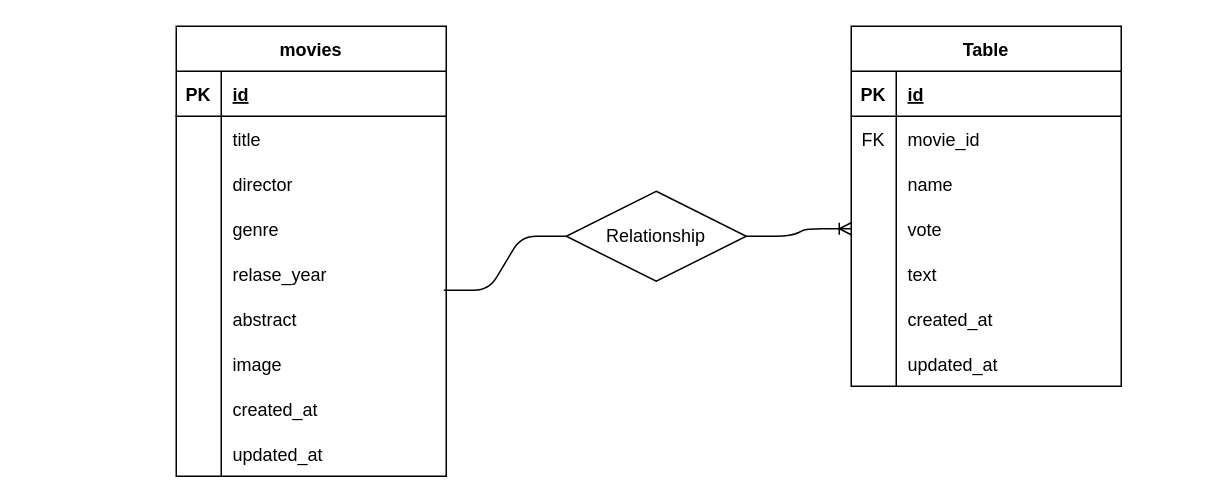
Above: schema.drawio in FrancescoMarra97/webapp-express (draw.io), before the change. Source tidied: cells renumbered, new cells numbered last; positions are measured from the earlier drawing's top-left corner, leaving out a move shared by most shapes. Both pictures are drawn from the tidied source at 150%, with x=0, y=0 at pixel (176, 26).
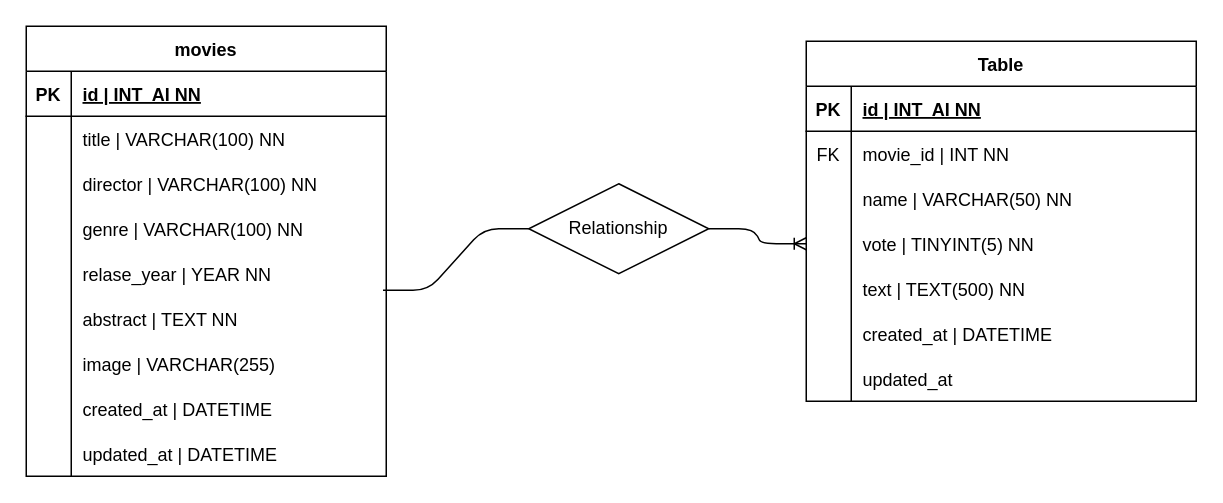
The same page after the edit.

Commit message:
struttura schema

Diff of the diagram source:
```diff
@@
     <mxCell id="2" value="movies" style="shape=table;startSize=30;childLayout=tableLayout;rowLines=0;fontStyle=1;align=center;" parent="1" vertex="1">
-      <mxGeometry width="180" height="300" as="geometry" />
+      <mxGeometry x="-100" width="240" height="300" as="geometry" />
     </mxCell>
     <mxCell id="3" style="shape=tableRow;horizontal=0;startSize=0;swimlaneHead=0;swimlaneBody=0;fillColor=none;top=0;left=0;right=0;bottom=1;" parent="2" vertex="1">
-      <mxGeometry y="30" width="180" height="30" as="geometry" />
+      <mxGeometry y="30" width="240" height="30" as="geometry" />
     </mxCell>
@@
-    <mxCell id="5" value="id" style="shape=partialRectangle;fillColor=none;top=0;left=0;bottom=0;right=0;align=left;spacingLeft=6;fontStyle=5;overflow=hidden;" parent="3" vertex="1">
-      <mxGeometry x="30" width="150" height="30" as="geometry" />
+    <mxCell id="5" value="id | INT  AI NN" style="shape=partialRectangle;fillColor=none;top=0;left=0;bottom=0;right=0;align=left;spacingLeft=6;fontStyle=5;overflow=hidden;" parent="3" vertex="1">
+      <mxGeometry x="30" width="210" height="30" as="geometry" />
     </mxCell>
     <mxCell id="6" style="shape=tableRow;horizontal=0;startSize=0;swimlaneHead=0;swimlaneBody=0;fillColor=none;top=0;left=0;right=0;bottom=0;" parent="2" vertex="1">
-      <mxGeometry y="60" width="180" height="30" as="geometry" />
+      <mxGeometry y="60" width="240" height="30" as="geometry" />
     </mxCell>
@@
-    <mxCell id="8" value="title" style="shape=partialRectangle;fillColor=none;top=0;left=0;bottom=0;right=0;align=left;spacingLeft=6;overflow=hidden;" parent="6" vertex="1">
-      <mxGeometry x="30" width="150" height="30" as="geometry" />
+    <mxCell id="8" value="title | VARCHAR(100) NN" style="shape=partialRectangle;fillColor=none;top=0;left=0;bottom=0;right=0;align=left;spacingLeft=6;overflow=hidden;" parent="6" vertex="1">
+      <mxGeometry x="30" width="210" height="30" as="geometry" />
     </mxCell>
     <mxCell id="9" style="shape=tableRow;horizontal=0;startSize=0;swimlaneHead=0;swimlaneBody=0;fillColor=none;top=0;left=0;right=0;bottom=0;" parent="2" vertex="1">
-      <mxGeometry y="90" width="180" height="30" as="geometry" />
+      <mxGeometry y="90" width="240" height="30" as="geometry" />
     </mxCell>
@@
-    <mxCell id="11" value="director" style="shape=partialRectangle;fillColor=none;top=0;left=0;bottom=0;right=0;align=left;spacingLeft=6;overflow=hidden;" parent="9" vertex="1">
-      <mxGeometry x="30" width="150" height="30" as="geometry" />
+    <mxCell id="11" value="director | VARCHAR(100) NN" style="shape=partialRectangle;fillColor=none;top=0;left=0;bottom=0;right=0;align=left;spacingLeft=6;overflow=hidden;" parent="9" vertex="1">
+      <mxGeometry x="30" width="210" height="30" as="geometry" />
     </mxCell>
     <mxCell id="12" style="shape=tableRow;horizontal=0;startSize=0;swimlaneHead=0;swimlaneBody=0;fillColor=none;top=0;left=0;right=0;bottom=0;" parent="2" vertex="1">
-      <mxGeometry y="120" width="180" height="30" as="geometry" />
+      <mxGeometry y="120" width="240" height="30" as="geometry" />
     </mxCell>
@@
-    <mxCell id="14" value="genre" style="shape=partialRectangle;fillColor=none;top=0;left=0;bottom=0;right=0;align=left;spacingLeft=6;overflow=hidden;" parent="12" vertex="1">
-      <mxGeometry x="30" width="150" height="30" as="geometry" />
+    <mxCell id="14" value="genre | VARCHAR(100) NN" style="shape=partialRectangle;fillColor=none;top=0;left=0;bottom=0;right=0;align=left;spacingLeft=6;overflow=hidden;" parent="12" vertex="1">
+      <mxGeometry x="30" width="210" height="30" as="geometry" />
     </mxCell>
     <mxCell id="15" style="shape=tableRow;horizontal=0;startSize=0;swimlaneHead=0;swimlaneBody=0;fillColor=none;top=0;left=0;right=0;bottom=0;" parent="2" vertex="1">
-      <mxGeometry y="150" width="180" height="30" as="geometry" />
+      <mxGeometry y="150" width="240" height="30" as="geometry" />
     </mxCell>
@@
-    <mxCell id="17" value="relase_year" style="shape=partialRectangle;fillColor=none;top=0;left=0;bottom=0;right=0;align=left;spacingLeft=6;overflow=hidden;" parent="15" vertex="1">
-      <mxGeometry x="30" width="150" height="30" as="geometry" />
+    <mxCell id="17" value="relase_year | YEAR NN" style="shape=partialRectangle;fillColor=none;top=0;left=0;bottom=0;right=0;align=left;spacingLeft=6;overflow=hidden;" parent="15" vertex="1">
+      <mxGeometry x="30" width="210" height="30" as="geometry" />
     </mxCell>
     <mxCell id="18" style="shape=tableRow;horizontal=0;startSize=0;swimlaneHead=0;swimlaneBody=0;fillColor=none;points=[[0,0.5],[1,0.5]];portConstraint=eastwest;top=0;left=0;right=0;bottom=0;" parent="2" vertex="1">
-      <mxGeometry y="180" width="180" height="30" as="geometry" />
+      <mxGeometry y="180" width="240" height="30" as="geometry" />
     </mxCell>
@@
-    <mxCell id="20" value="abstract" style="shape=partialRectangle;fillColor=none;top=0;left=0;bottom=0;right=0;align=left;spacingLeft=6;overflow=hidden;" parent="18" vertex="1">
-      <mxGeometry x="30" width="150" height="30" as="geometry" />
+    <mxCell id="20" value="abstract | TEXT NN" style="shape=partialRectangle;fillColor=none;top=0;left=0;bottom=0;right=0;align=left;spacingLeft=6;overflow=hidden;" parent="18" vertex="1">
+      <mxGeometry x="30" width="210" height="30" as="geometry" />
     </mxCell>
     <mxCell id="21" style="shape=tableRow;horizontal=0;startSize=0;swimlaneHead=0;swimlaneBody=0;fillColor=none;top=0;left=0;right=0;bottom=0;" parent="2" vertex="1">
-      <mxGeometry y="210" width="180" height="30" as="geometry" />
+      <mxGeometry y="210" width="240" height="30" as="geometry" />
     </mxCell>
@@
-    <mxCell id="23" value="image" style="shape=partialRectangle;fillColor=none;top=0;left=0;bottom=0;right=0;align=left;spacingLeft=6;overflow=hidden;" parent="21" vertex="1">
-      <mxGeometry x="30" width="150" height="30" as="geometry" />
+    <mxCell id="23" value="image | VARCHAR(255)" style="shape=partialRectangle;fillColor=none;top=0;left=0;bottom=0;right=0;align=left;spacingLeft=6;overflow=hidden;" parent="21" vertex="1">
+      <mxGeometry x="30" width="210" height="30" as="geometry" />
     </mxCell>
     <mxCell id="24" style="shape=tableRow;horizontal=0;startSize=0;swimlaneHead=0;swimlaneBody=0;fillColor=none;top=0;left=0;right=0;bottom=0;" parent="2" vertex="1">
-      <mxGeometry y="240" width="180" height="30" as="geometry" />
+      <mxGeometry y="240" width="240" height="30" as="geometry" />
     </mxCell>
@@
-    <mxCell id="26" value="created_at" style="shape=partialRectangle;fillColor=none;top=0;left=0;bottom=0;right=0;align=left;spacingLeft=6;overflow=hidden;" parent="24" vertex="1">
-      <mxGeometry x="30" width="150" height="30" as="geometry" />
+    <mxCell id="26" value="created_at | DATETIME " style="shape=partialRectangle;fillColor=none;top=0;left=0;bottom=0;right=0;align=left;spacingLeft=6;overflow=hidden;" parent="24" vertex="1">
+      <mxGeometry x="30" width="210" height="30" as="geometry" />
     </mxCell>
     <mxCell id="27" style="shape=tableRow;horizontal=0;startSize=0;swimlaneHead=0;swimlaneBody=0;fillColor=none;top=0;left=0;right=0;bottom=0;" parent="2" vertex="1">
-      <mxGeometry y="270" width="180" height="30" as="geometry" />
+      <mxGeometry y="270" width="240" height="30" as="geometry" />
     </mxCell>
@@
-    <mxCell id="29" value="updated_at" style="shape=partialRectangle;fillColor=none;top=0;left=0;bottom=0;right=0;align=left;spacingLeft=6;overflow=hidden;" parent="27" vertex="1">
-      <mxGeometry x="30" width="150" height="30" as="geometry" />
+    <mxCell id="29" value="updated_at | DATETIME" style="shape=partialRectangle;fillColor=none;top=0;left=0;bottom=0;right=0;align=left;spacingLeft=6;overflow=hidden;" parent="27" vertex="1">
+      <mxGeometry x="30" width="210" height="30" as="geometry" />
     </mxCell>
     <mxCell id="30" value="Table" style="shape=table;startSize=30;childLayout=tableLayout;rowLines=0;fontStyle=1;align=center;" parent="1" vertex="1">
-      <mxGeometry x="450" width="180" height="240" as="geometry" />
+      <mxGeometry x="420" y="10" width="260" height="240" as="geometry" />
     </mxCell>
     <mxCell id="31" style="shape=tableRow;horizontal=0;startSize=0;swimlaneHead=0;swimlaneBody=0;fillColor=none;top=0;left=0;right=0;bottom=1;" parent="30" vertex="1">
-      <mxGeometry y="30" width="180" height="30" as="geometry" />
+      <mxGeometry y="30" width="260" height="30" as="geometry" />
     </mxCell>
@@
-    <mxCell id="33" value="id" style="shape=partialRectangle;fillColor=none;top=0;left=0;bottom=0;right=0;align=left;spacingLeft=6;fontStyle=5;overflow=hidden;" parent="31" vertex="1">
-      <mxGeometry x="30" width="150" height="30" as="geometry" />
+    <mxCell id="33" value="id | INT  AI NN" style="shape=partialRectangle;fillColor=none;top=0;left=0;bottom=0;right=0;align=left;spacingLeft=6;fontStyle=5;overflow=hidden;" parent="31" vertex="1">
+      <mxGeometry x="30" width="230" height="30" as="geometry" />
     </mxCell>
     <mxCell id="34" style="shape=tableRow;horizontal=0;startSize=0;swimlaneHead=0;swimlaneBody=0;fillColor=none;top=0;left=0;right=0;bottom=0;" parent="30" vertex="1">
-      <mxGeometry y="60" width="180" height="30" as="geometry" />
+      <mxGeometry y="60" width="260" height="30" as="geometry" />
     </mxCell>
@@
-    <mxCell id="36" value="movie_id" style="shape=partialRectangle;fillColor=none;top=0;left=0;bottom=0;right=0;align=left;spacingLeft=6;overflow=hidden;" parent="34" vertex="1">
-      <mxGeometry x="30" width="150" height="30" as="geometry" />
+    <mxCell id="36" value="movie_id | INT NN" style="shape=partialRectangle;fillColor=none;top=0;left=0;bottom=0;right=0;align=left;spacingLeft=6;overflow=hidden;" parent="34" vertex="1">
+      <mxGeometry x="30" width="230" height="30" as="geometry" />
     </mxCell>
     <mxCell id="37" style="shape=tableRow;horizontal=0;startSize=0;swimlaneHead=0;swimlaneBody=0;fillColor=none;top=0;left=0;right=0;bottom=0;" parent="30" vertex="1">
-      <mxGeometry y="90" width="180" height="30" as="geometry" />
+      <mxGeometry y="90" width="260" height="30" as="geometry" />
     </mxCell>
@@
-    <mxCell id="39" value="name" style="shape=partialRectangle;fillColor=none;top=0;left=0;bottom=0;right=0;align=left;spacingLeft=6;overflow=hidden;" parent="37" vertex="1">
-      <mxGeometry x="30" width="150" height="30" as="geometry" />
+    <mxCell id="39" value="name | VARCHAR(50) NN" style="shape=partialRectangle;fillColor=none;top=0;left=0;bottom=0;right=0;align=left;spacingLeft=6;overflow=hidden;" parent="37" vertex="1">
+      <mxGeometry x="30" width="230" height="30" as="geometry" />
     </mxCell>
     <mxCell id="40" style="shape=tableRow;horizontal=0;startSize=0;swimlaneHead=0;swimlaneBody=0;fillColor=none;points=[[0,0.5],[1,0.5]];portConstraint=eastwest;top=0;left=0;right=0;bottom=0;" parent="30" vertex="1">
-      <mxGeometry y="120" width="180" height="30" as="geometry" />
+      <mxGeometry y="120" width="260" height="30" as="geometry" />
     </mxCell>
@@
-    <mxCell id="42" value="vote" style="shape=partialRectangle;fillColor=none;top=0;left=0;bottom=0;right=0;align=left;spacingLeft=6;overflow=hidden;" parent="40" vertex="1">
-      <mxGeometry x="30" width="150" height="30" as="geometry" />
+    <mxCell id="42" value="vote | TINYINT(5) NN" style="shape=partialRectangle;fillColor=none;top=0;left=0;bottom=0;right=0;align=left;spacingLeft=6;overflow=hidden;" parent="40" vertex="1">
+      <mxGeometry x="30" width="230" height="30" as="geometry" />
     </mxCell>
     <mxCell id="43" style="shape=tableRow;horizontal=0;startSize=0;swimlaneHead=0;swimlaneBody=0;fillColor=none;top=0;left=0;right=0;bottom=0;" parent="30" vertex="1">
-      <mxGeometry y="150" width="180" height="30" as="geometry" />
+      <mxGeometry y="150" width="260" height="30" as="geometry" />
     </mxCell>
@@
-    <mxCell id="45" value="text" style="shape=partialRectangle;fillColor=none;top=0;left=0;bottom=0;right=0;align=left;spacingLeft=6;overflow=hidden;" parent="43" vertex="1">
-      <mxGeometry x="30" width="150" height="30" as="geometry" />
+    <mxCell id="45" value="text | TEXT(500) NN" style="shape=partialRectangle;fillColor=none;top=0;left=0;bottom=0;right=0;align=left;spacingLeft=6;overflow=hidden;" parent="43" vertex="1">
+      <mxGeometry x="30" width="230" height="30" as="geometry" />
     </mxCell>
     <mxCell id="46" style="shape=tableRow;horizontal=0;startSize=0;swimlaneHead=0;swimlaneBody=0;fillColor=none;top=0;left=0;right=0;bottom=0;" parent="30" vertex="1">
-      <mxGeometry y="180" width="180" height="30" as="geometry" />
+      <mxGeometry y="180" width="260" height="30" as="geometry" />
     </mxCell>
@@
-    <mxCell id="48" value="created_at" style="shape=partialRectangle;fillColor=none;top=0;left=0;bottom=0;right=0;align=left;spacingLeft=6;overflow=hidden;" parent="46" vertex="1">
-      <mxGeometry x="30" width="150" height="30" as="geometry" />
+    <mxCell id="48" value="created_at | DATETIME" style="shape=partialRectangle;fillColor=none;top=0;left=0;bottom=0;right=0;align=left;spacingLeft=6;overflow=hidden;" parent="46" vertex="1">
+      <mxGeometry x="30" width="230" height="30" as="geometry" />
     </mxCell>
     <mxCell id="49" style="shape=tableRow;horizontal=0;startSize=0;swimlaneHead=0;swimlaneBody=0;fillColor=none;top=0;left=0;right=0;bottom=0;" parent="30" vertex="1">
-      <mxGeometry y="210" width="180" height="30" as="geometry" />
+      <mxGeometry y="210" width="260" height="30" as="geometry" />
     </mxCell>
@@
     <mxCell id="51" value="updated_at" style="shape=partialRectangle;fillColor=none;top=0;left=0;bottom=0;right=0;align=left;spacingLeft=6;overflow=hidden;" parent="49" vertex="1">
-      <mxGeometry x="30" width="150" height="30" as="geometry" />
+      <mxGeometry x="30" width="230" height="30" as="geometry" />
     </mxCell>
@@
     <mxCell id="54" value="Relationship" style="shape=rhombus;perimeter=rhombusPerimeter;whiteSpace=wrap;html=1;align=center;" parent="1" vertex="1">
-      <mxGeometry x="260" y="110" width="120" height="60" as="geometry" />
+      <mxGeometry x="235" y="105" width="120" height="60" as="geometry" />
     </mxCell>
```
